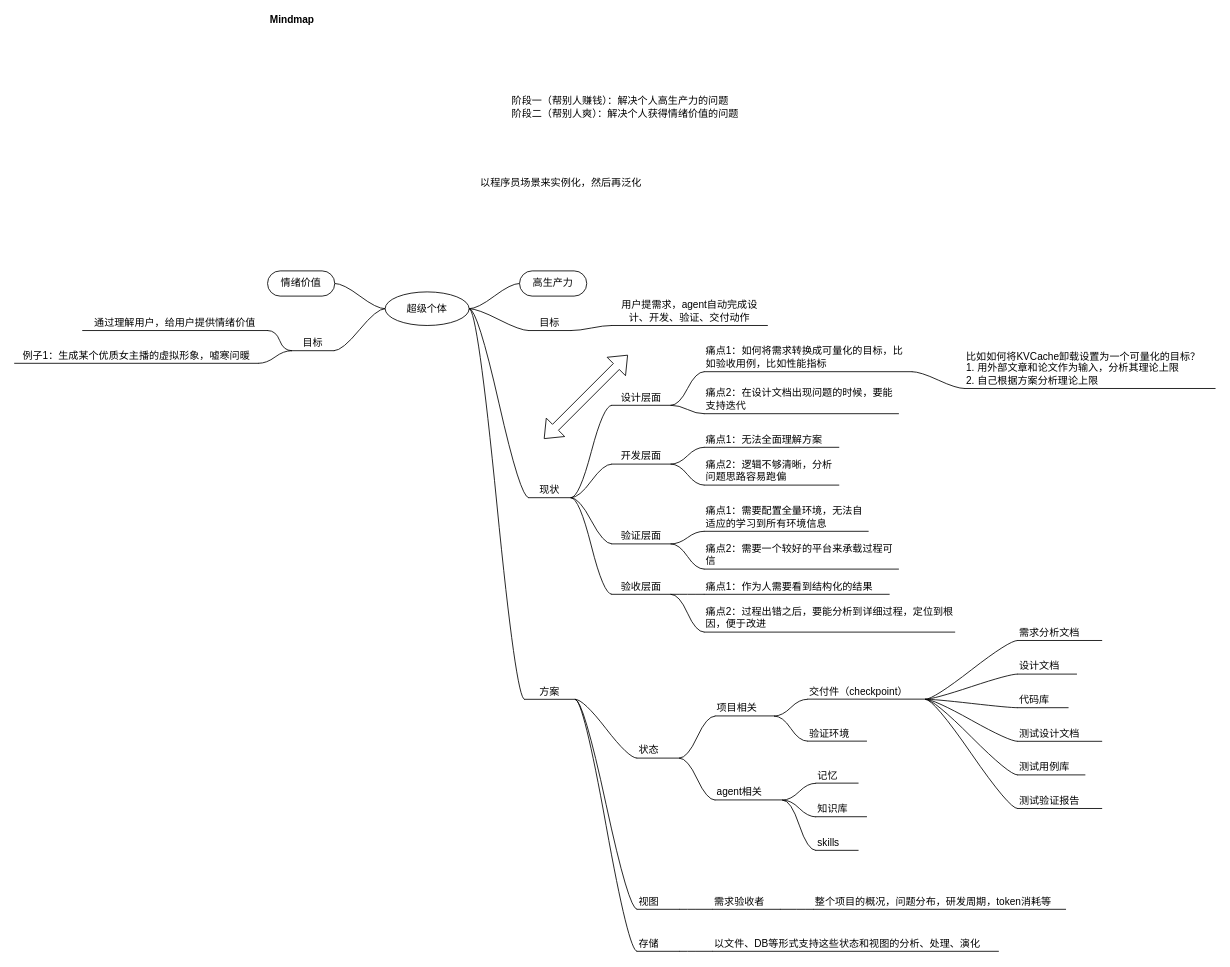
Before: 超级个体.drawio in coo-2022/awsome-ai-infra, a draw.io diagram. Source tidied: cells renumbered, new cells numbered last; positions are measured from the earlier drawing's top-left corner, leaving out a move shared by most shapes. Both pictures are drawn from the tidied source at 84%, with x=0, y=0 at pixel (14, 18).
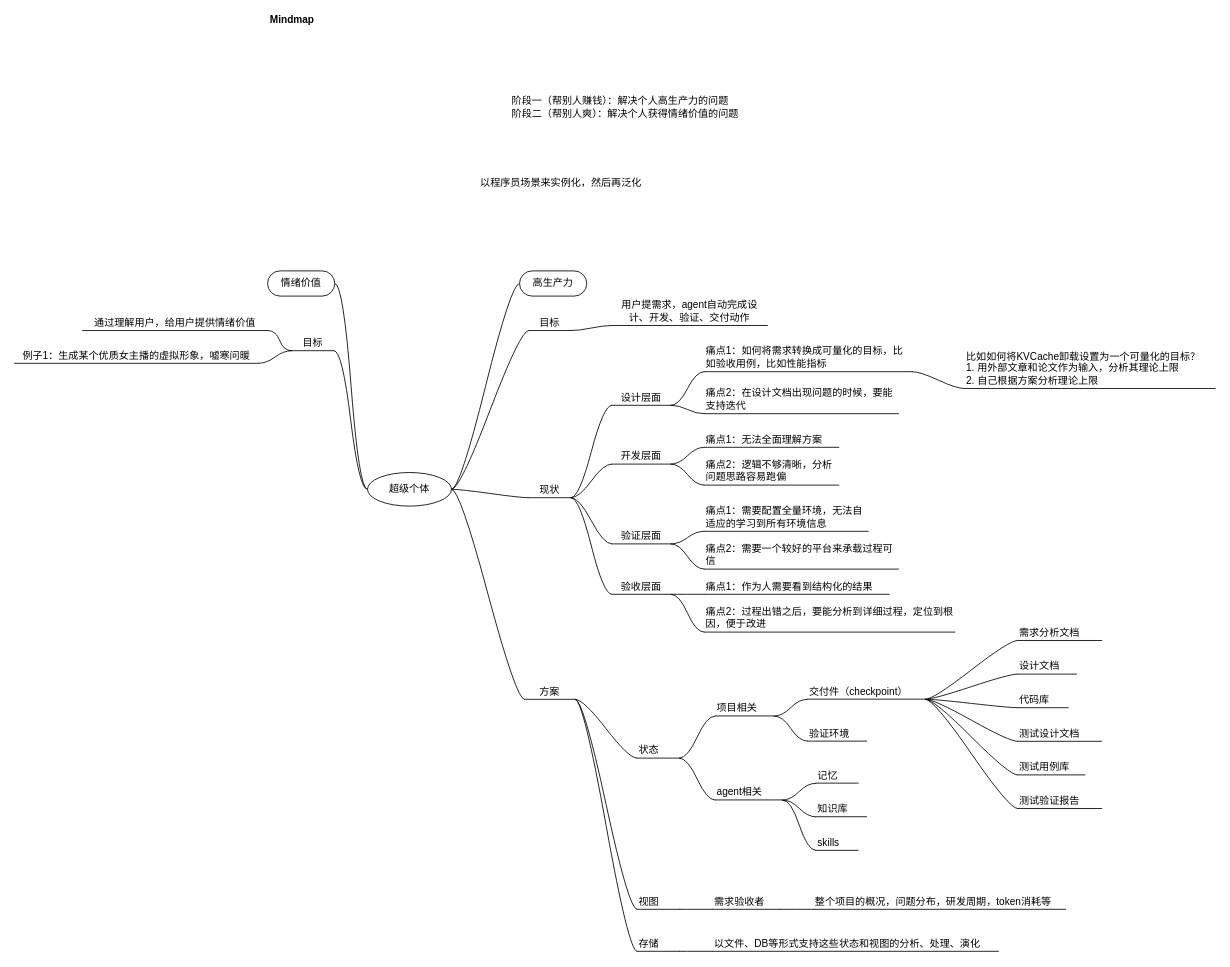
The same diagram, later.

Unchanged cells that the change refers to:
```xml
<mxCell id="2" value="Mindmap" style="swimlane;startSize=20;horizontal=1;containerType=tree;transparentBounds=1;groupPadding=20;" parent="1" vertex="1">
  <mxGeometry x="330" as="geometry" />
</mxCell>
```

The edit, as a diff of the source:
```diff
@@
     <mxCell id="7" value="超级个体" style="ellipse;whiteSpace=wrap;html=1;align=center;newEdgeStyle={&quot;edgeStyle&quot;:&quot;entityRelationEdgeStyle&quot;,&quot;startArrow&quot;:&quot;none&quot;,&quot;endArrow&quot;:&quot;none&quot;,&quot;segment&quot;:10,&quot;curved&quot;:1,&quot;sourcePerimeterSpacing&quot;:0,&quot;targetPerimeterSpacing&quot;:0};" parent="2" vertex="1">
-      <mxGeometry x="111" y="325" width="100" height="40" as="geometry" />
+      <mxGeometry x="90" y="540" width="100" height="40" as="geometry" />
     </mxCell>
@@
-    <mxCell id="88" style="shape=flexArrow;endArrow=classic;startArrow=classic;html=1;rounded=0;" parent="1" edge="1">
-      <mxGeometry relative="1" as="geometry">
-        <mxPoint x="630" y="500" as="sourcePoint" />
-        <mxPoint x="730" y="400" as="targetPoint" />
-      </mxGeometry>
-    </mxCell>
```
